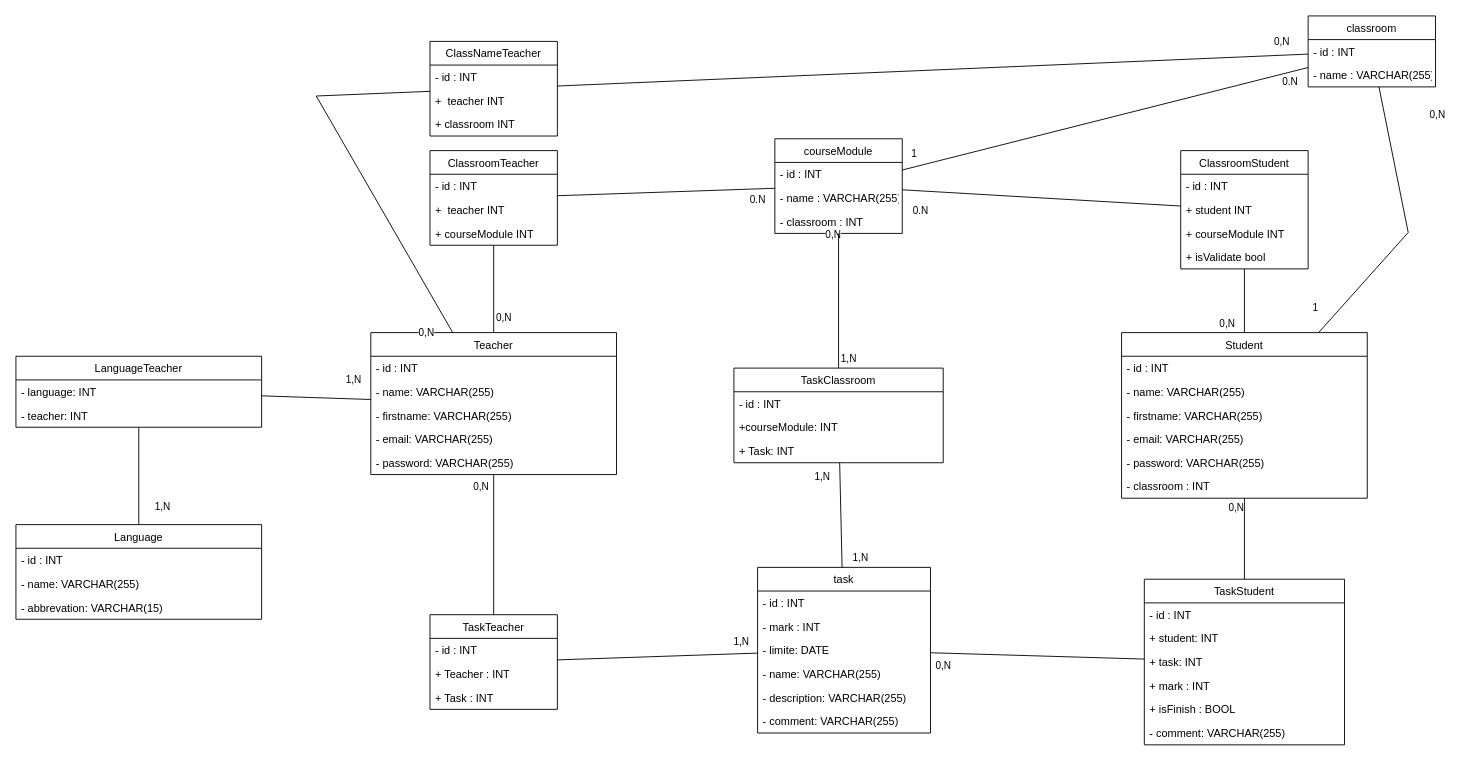
Earlier version of the draw.io diagram tp/diagramDatabase.drawio (Daniere-Mathieu/D6-POO). Source tidied: cells renumbered, new cells numbered last; positions are measured from the earlier drawing's top-left corner, leaving out a move shared by most shapes. Both pictures are drawn from the tidied source at 91%, with x=0, y=0 at pixel (15, 15).
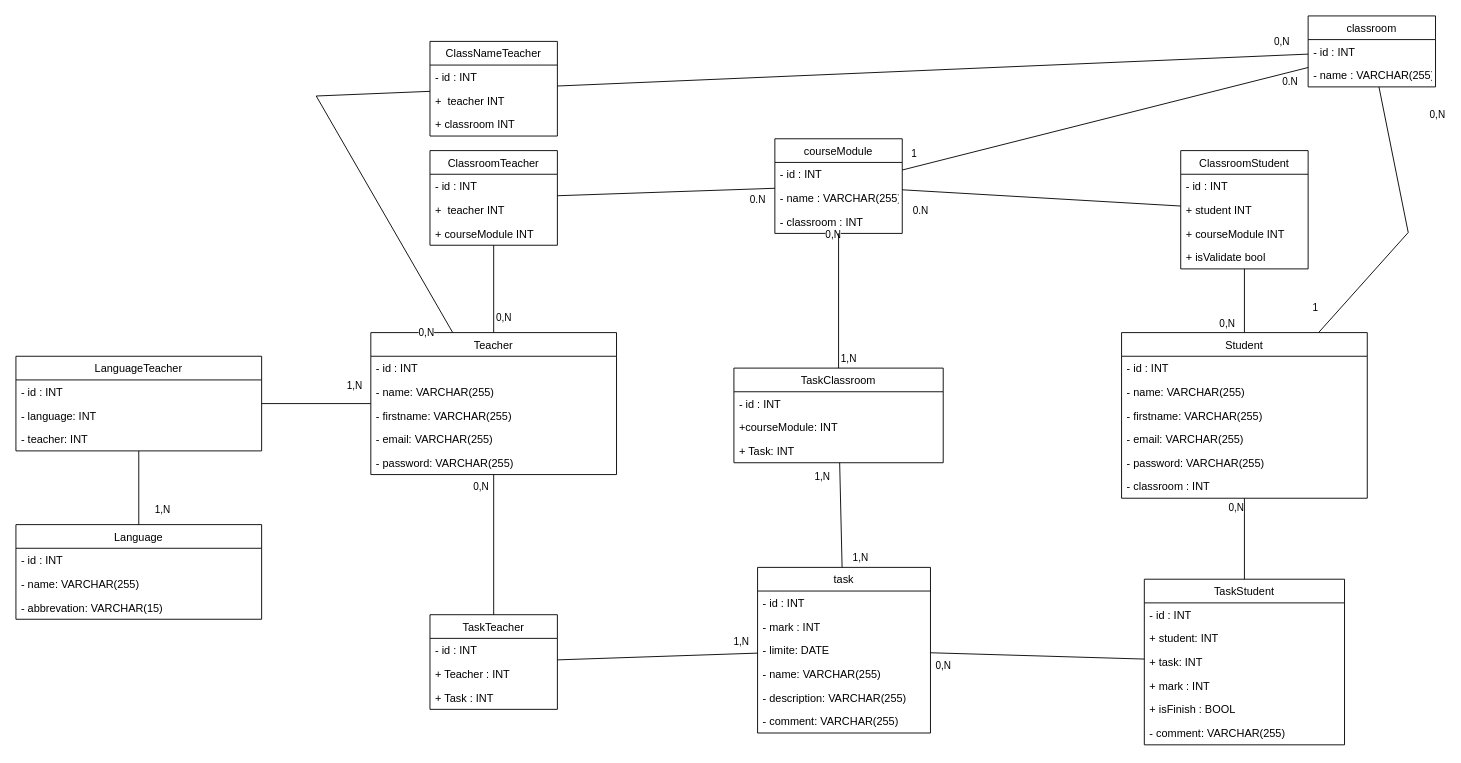
The same page after the edit.

Change to the diagram source:
```diff
@@
     <mxCell id="75" value="LanguageTeacher" style="swimlane;fontStyle=0;horizontal=1;startSize=26;fillColor=none;" parent="1" vertex="1">
-      <mxGeometry y="374" width="270" height="78" as="geometry" />
+      <mxGeometry y="374" width="270" height="104" as="geometry" />
     </mxCell>
+    <mxCell id="101" value="- id : INT" style="text;strokeColor=none;fillColor=none;align=left;verticalAlign=top;spacingLeft=4;spacingRight=4;overflow=hidden;" parent="75" vertex="1">
+      <mxGeometry y="26" width="270" height="26" as="geometry" />
+    </mxCell>
     <mxCell id="76" value="- language: INT" style="text;strokeColor=none;fillColor=none;align=left;verticalAlign=top;spacingLeft=4;spacingRight=4;overflow=hidden;" parent="75" vertex="1">
-      <mxGeometry y="26" width="270" height="26" as="geometry" />
+      <mxGeometry y="52" width="270" height="26" as="geometry" />
     </mxCell>
     <mxCell id="77" value="- teacher: INT" style="text;strokeColor=none;fillColor=none;align=left;verticalAlign=top;spacingLeft=4;spacingRight=4;overflow=hidden;" parent="75" vertex="1">
-      <mxGeometry y="52" width="270" height="26" as="geometry" />
+      <mxGeometry y="78" width="270" height="26" as="geometry" />
     </mxCell>
```
